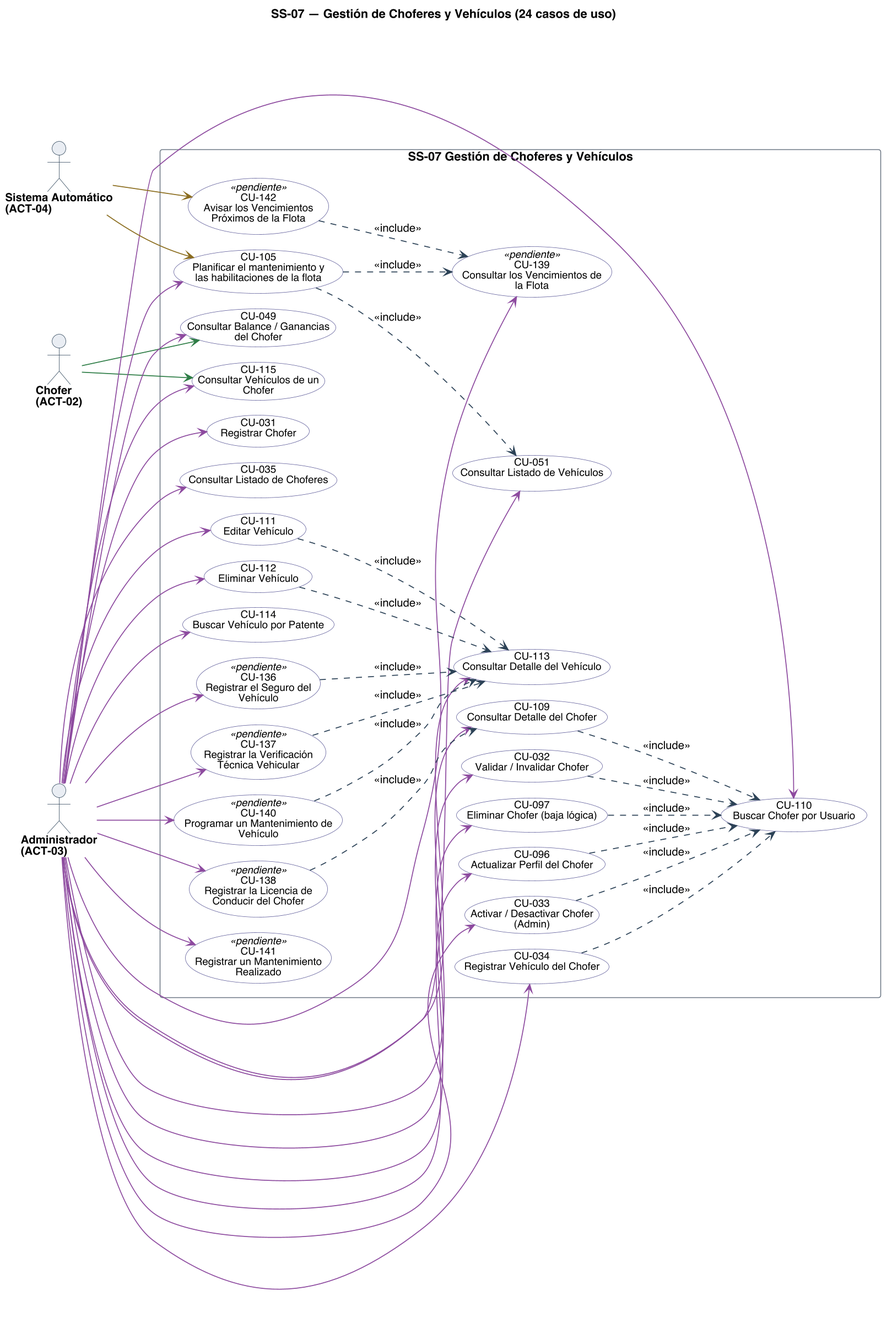
Above: diagramas/uml/CU_SS-07_Gestion-De-Choferes-Y-Vehiculos.png in Nahuelito-Dev/splg-docs (PlantUML), before the change.
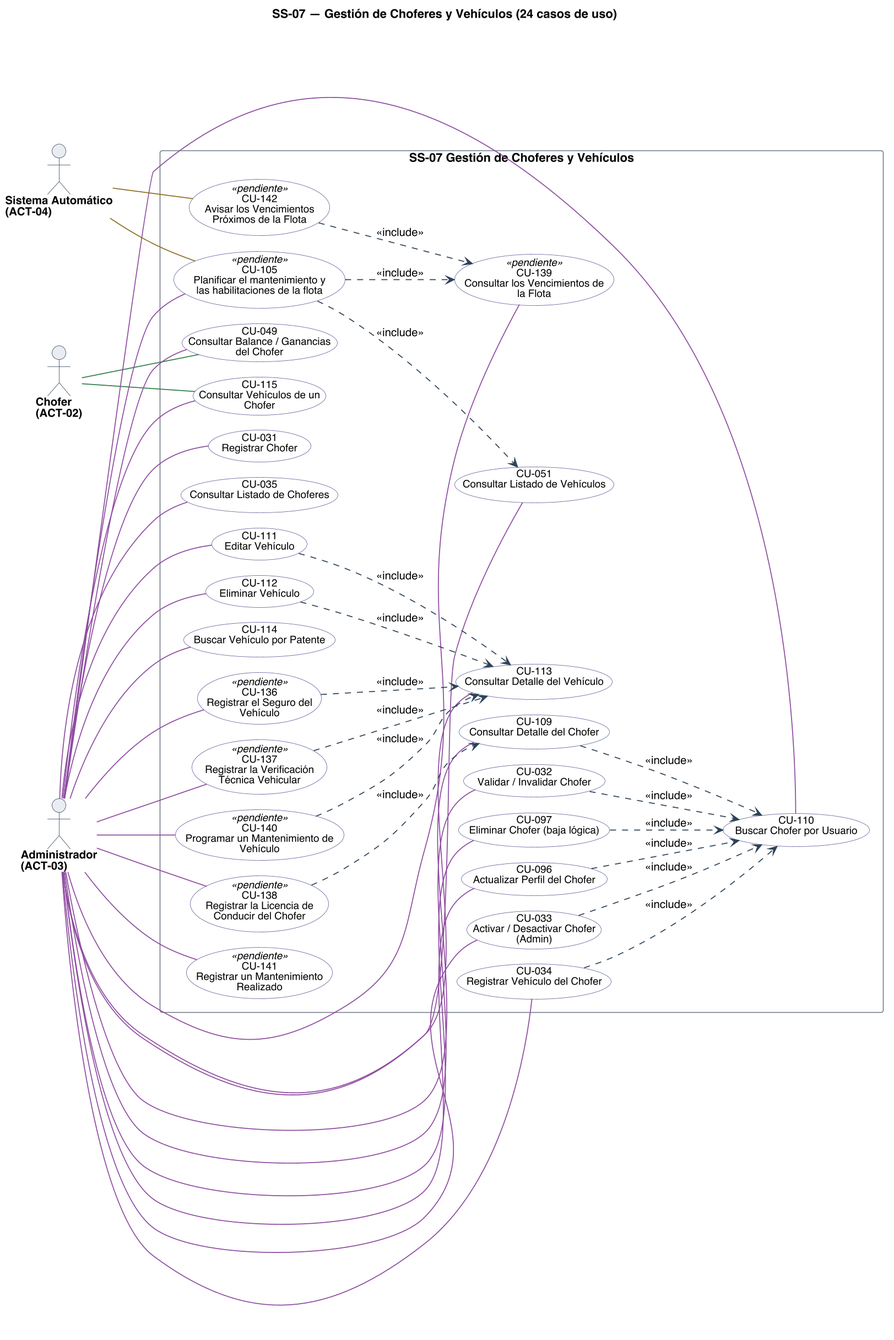
The same file after the commit.

What changed in the source:
```diff
@@ -30,6 +30,8 @@
 skinparam usecase {
   BorderColor<<pendiente>> #9C4436
   BackgroundColor<<pendiente>> #F6E4E1
+  BorderColor<<factorizado>> #6B7683
+  BackgroundColor<<factorizado>> #F2F4F6
 }
 
 actor "Chofer\n(ACT-02)" as A02
@@ -46,7 +48,7 @@
   usecase "CU-051\nConsultar Listado de Vehículos" as U051 #back:FFFFFF;line:5A5896
   usecase "CU-096\nActualizar Perfil del Chofer" as U096 #back:FFFFFF;line:5A5896
   usecase "CU-097\nEliminar Chofer (baja lógica)" as U097 #back:FFFFFF;line:5A5896
-  usecase "CU-105\nPlanificar el mantenimiento y\nlas habilitaciones de la flota" as U105 #back:FFFFFF;line:5A5896
+  usecase "CU-105\nPlanificar el mantenimiento y\nlas habilitaciones de la flota" as U105 <<pendiente>> #back:FFFFFF;line:5A5896
   usecase "CU-109\nConsultar Detalle del Chofer" as U109 #back:FFFFFF;line:5A5896
   usecase "CU-110\nBuscar Chofer por Usuario" as U110 #back:FFFFFF;line:5A5896
   usecase "CU-111\nEditar Vehículo" as U111 #back:FFFFFF;line:5A5896
@@ -63,33 +65,33 @@
   usecase "CU-142\nAvisar los Vencimientos\nPróximos de la Flota" as U142 <<pendiente>> #back:FFFFFF;line:5A5896
 }
 
-A02 -[#2E7D46]-> U049
-A02 -[#2E7D46]-> U115
-A03 -[#8C4A9E]-> U031
-A03 -[#8C4A9E]-> U032
-A03 -[#8C4A9E]-> U033
-A03 -[#8C4A9E]-> U034
-A03 -[#8C4A9E]-> U035
-A03 -[#8C4A9E]-> U049
-A03 -[#8C4A9E]-> U051
-A03 -[#8C4A9E]-> U096
-A03 -[#8C4A9E]-> U097
-A03 -[#8C4A9E]-> U105
-A03 -[#8C4A9E]-> U109
-A03 -[#8C4A9E]-> U110
-A03 -[#8C4A9E]-> U111
-A03 -[#8C4A9E]-> U112
-A03 -[#8C4A9E]-> U113
-A03 -[#8C4A9E]-> U114
-A03 -[#8C4A9E]-> U115
-A03 -[#8C4A9E]-> U136
-A03 -[#8C4A9E]-> U137
-A03 -[#8C4A9E]-> U138
-A03 -[#8C4A9E]-> U139
-A03 -[#8C4A9E]-> U140
-A03 -[#8C4A9E]-> U141
-A04 -[#8A6D1F]-> U105
-A04 -[#8A6D1F]-> U142
+A02 -[#2E7D46]- U049
+A02 -[#2E7D46]- U115
+A03 -[#8C4A9E]- U031
+A03 -[#8C4A9E]- U032
+A03 -[#8C4A9E]- U033
+A03 -[#8C4A9E]- U034
+A03 -[#8C4A9E]- U035
+A03 -[#8C4A9E]- U049
+A03 -[#8C4A9E]- U051
+A03 -[#8C4A9E]- U096
+A03 -[#8C4A9E]- U097
+A03 -[#8C4A9E]- U105
+A03 -[#8C4A9E]- U109
+A03 -[#8C4A9E]- U110
+A03 -[#8C4A9E]- U111
+A03 -[#8C4A9E]- U112
+A03 -[#8C4A9E]- U113
+A03 -[#8C4A9E]- U114
+A03 -[#8C4A9E]- U115
+A03 -[#8C4A9E]- U136
+A03 -[#8C4A9E]- U137
+A03 -[#8C4A9E]- U138
+A03 -[#8C4A9E]- U139
+A03 -[#8C4A9E]- U140
+A03 -[#8C4A9E]- U141
+A04 -[#8A6D1F]- U105
+A04 -[#8A6D1F]- U142
 
 U136 ..> U113 : <<include>>
 U137 ..> U113 : <<include>>
```
